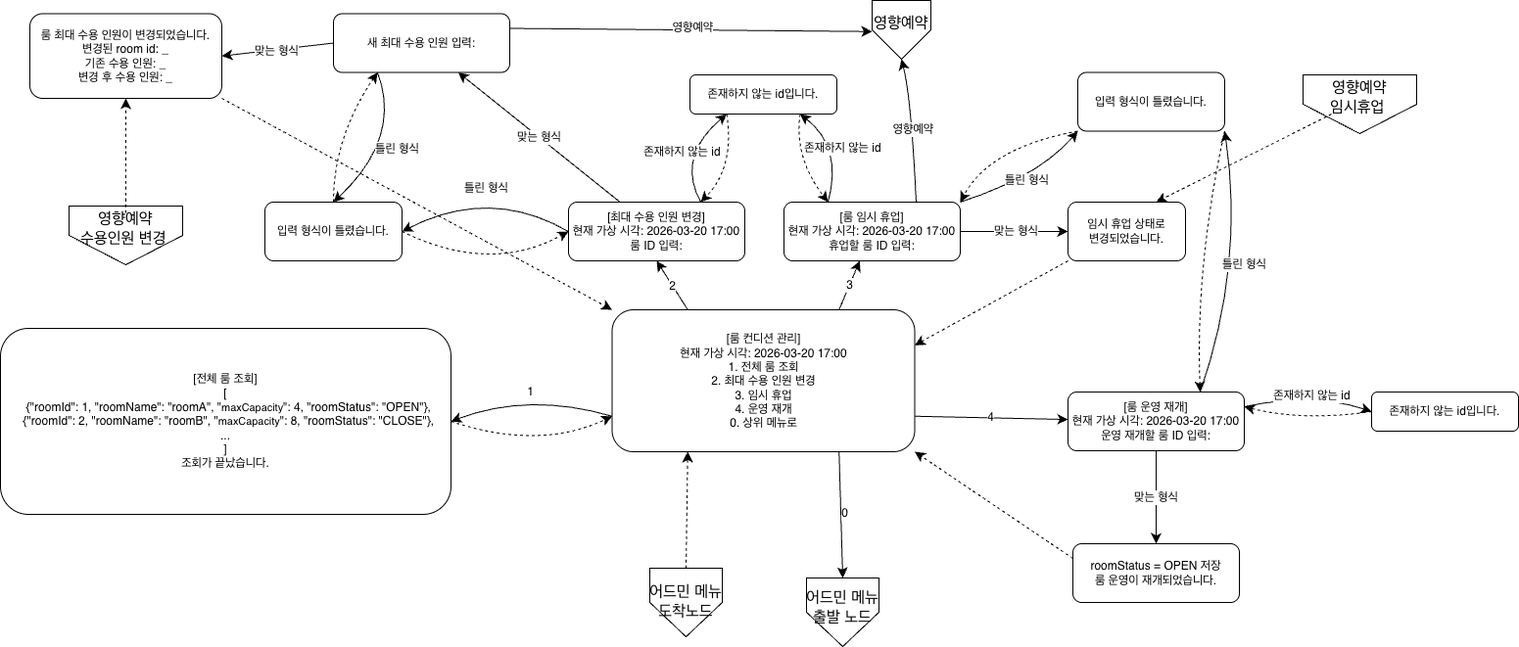
The draw.io diagram docs/room-condition-image.drawio.png in b0nsu/ICEP, before a commit. Source tidied: cells renumbered, new cells last; positions are measured from the earlier drawing's top-left corner, leaving out a move shared by most shapes.
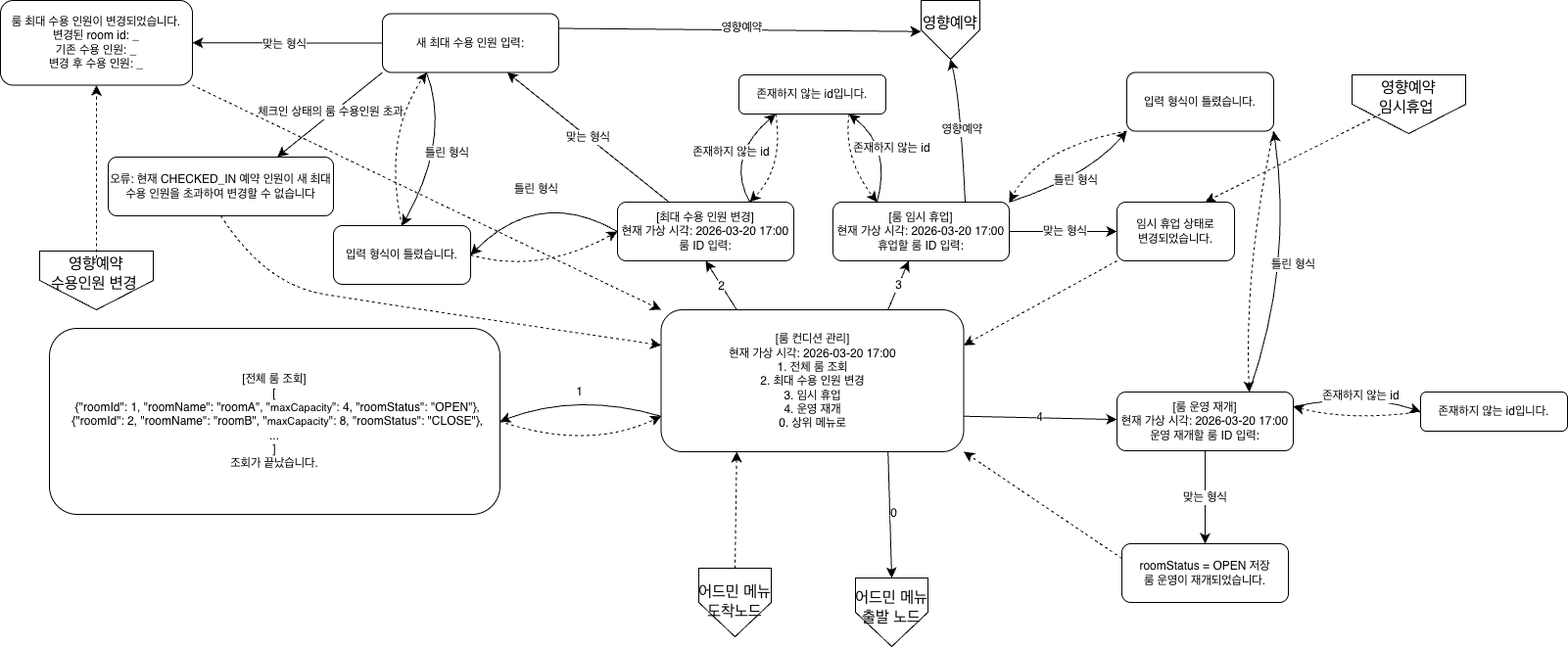
The same file after the commit.

The edit, as a diff of the source:
```diff
@@ -79,6 +79,14 @@
     <mxCell id="20" value="틀린 형식" style="edgeLabel;html=1;align=center;verticalAlign=middle;fontSize=12;" parent="19" vertex="1">
       <mxGeometry y="4" relative="1" as="geometry" />
     </mxCell>
+    <mxCell id="68" style="edgeStyle=none;curved=1;rounded=0;jettySize=auto;html=1;exitX=0;exitY=1;exitDx=0;exitDy=0;entryX=0.75;entryY=0;entryDx=0;entryDy=0;fontSize=12;startSize=8;endSize=8;" parent="1" edge="1" source="21" target="71">
+      <mxGeometry relative="1" as="geometry" />
+    </mxCell>
+    <mxCell id="69" value="체크인 상태의 룸 수용인원 초과" style="edgeLabel;html=1;align=center;verticalAlign=middle;fontSize=12;" parent="68" vertex="1">
+      <mxGeometry x="-0.01" y="-3" relative="1" as="geometry">
+        <mxPoint x="1" as="offset" />
+      </mxGeometry>
+    </mxCell>
     <mxCell id="21" value="&lt;div&gt;새 최대 수용 인원 입력:&lt;/div&gt;" style="rounded=1;whiteSpace=wrap;html=1;" parent="1" vertex="1">
       <mxGeometry x="340" y="13.5" width="180" height="60" as="geometry" />
     </mxCell>
@@ -156,7 +164,7 @@
       <mxGeometry relative="1" as="geometry" />
     </mxCell>
     <mxCell id="37" value="룸 최대 수용 인원이 변경되었습니다.&lt;div&gt;변경된 room id: _&lt;br&gt;&lt;div&gt;기존 수용 인원: _&lt;/div&gt;&lt;div&gt;변경 후 수용 인원: _&lt;/div&gt;&lt;/div&gt;" style="rounded=1;whiteSpace=wrap;html=1;" parent="1" vertex="1">
-      <mxGeometry x="30" y="13.5" width="196" height="86.5" as="geometry" />
+      <mxGeometry x="-50" width="196" height="86.5" as="geometry" />
     </mxCell>
     <mxCell id="38" style="edgeStyle=none;curved=1;rounded=0;jettySize=auto;html=1;exitX=0;exitY=0.25;exitDx=0;exitDy=0;entryX=1;entryY=1;entryDx=0;entryDy=0;fontSize=12;startSize=8;endSize=8;dashed=1;" parent="1" edge="1" source="39" target="8">
       <mxGeometry relative="1" as="geometry" />
@@ -195,7 +203,7 @@
       <mxGeometry y="7" width="60" height="33" as="geometry" />
     </mxCell>
     <mxCell id="50" style="group;" parent="1" vertex="1">
-      <mxGeometry x="70" y="210" width="116" height="60" as="geometry" />
+      <mxGeometry x="-10" y="256" width="116" height="60" as="geometry" />
     </mxCell>
     <mxCell id="51" style="verticalLabelPosition=bottom;verticalAlign=top;html=1;shape=offPageConnector;rounded=0;size=0.5;" parent="50" vertex="1">
       <mxGeometry width="116" height="60" as="geometry" />
@@ -266,7 +274,18 @@
       </mxGeometry>
     </mxCell>
     <mxCell id="67" value="입력 형식이 틀렸습니다." style="rounded=1;whiteSpace=wrap;html=1;" parent="1" vertex="1">
-      <mxGeometry x="270" y="206" width="140" height="60" as="geometry" />
+      <mxGeometry x="290" y="230" width="140" height="60" as="geometry" />
     </mxCell>
+    <mxCell id="70" style="edgeStyle=none;curved=1;rounded=0;jettySize=auto;html=1;exitX=0.5;exitY=1;exitDx=0;exitDy=0;entryX=0;entryY=0.25;entryDx=0;entryDy=0;fontSize=12;startSize=8;endSize=8;dashed=1;" parent="1" edge="1" source="71" target="8">
+      <mxGeometry relative="1" as="geometry">
+        <Array as="points">
+          <mxPoint x="220" y="290" />
+          <mxPoint x="340" y="310" />
+        </Array>
+      </mxGeometry>
+    </mxCell>
+    <mxCell id="71" value="오류: 현재 CHECKED_IN 예약 인원이 새 최대 수용 인원을 초과하여 변경할 수 없습니다" style="rounded=1;whiteSpace=wrap;html=1;" parent="1" vertex="1">
+      <mxGeometry x="60" y="160" width="230" height="60" as="geometry" />
+    </mxCell>
   </root>
 </mxGraphModel>
```
